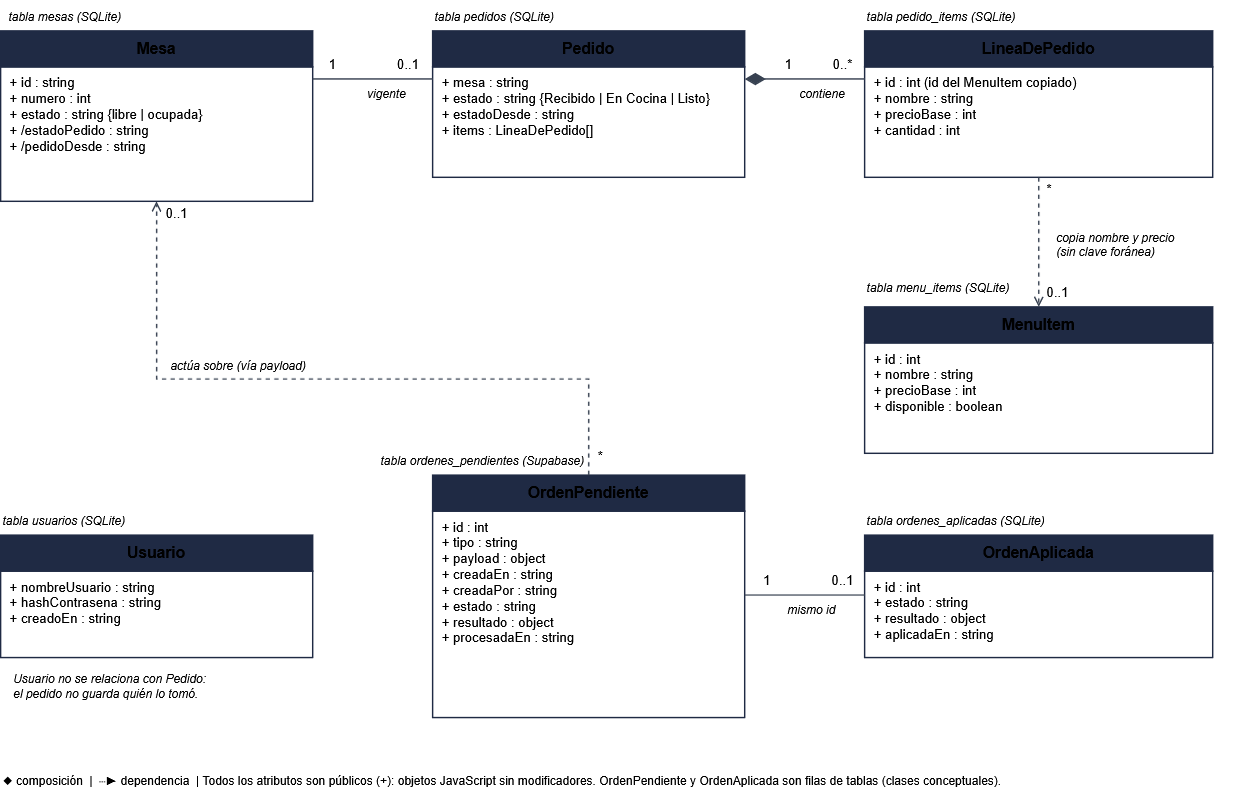
Before: docs/modelado/2-clases.png, a diagram exported from draw.io (Martin12332124/SCD_TP_F). Source tidied: cells renumbered, new cells last; positions are measured from the earlier drawing's top-left corner, leaving out a move shared by most shapes.
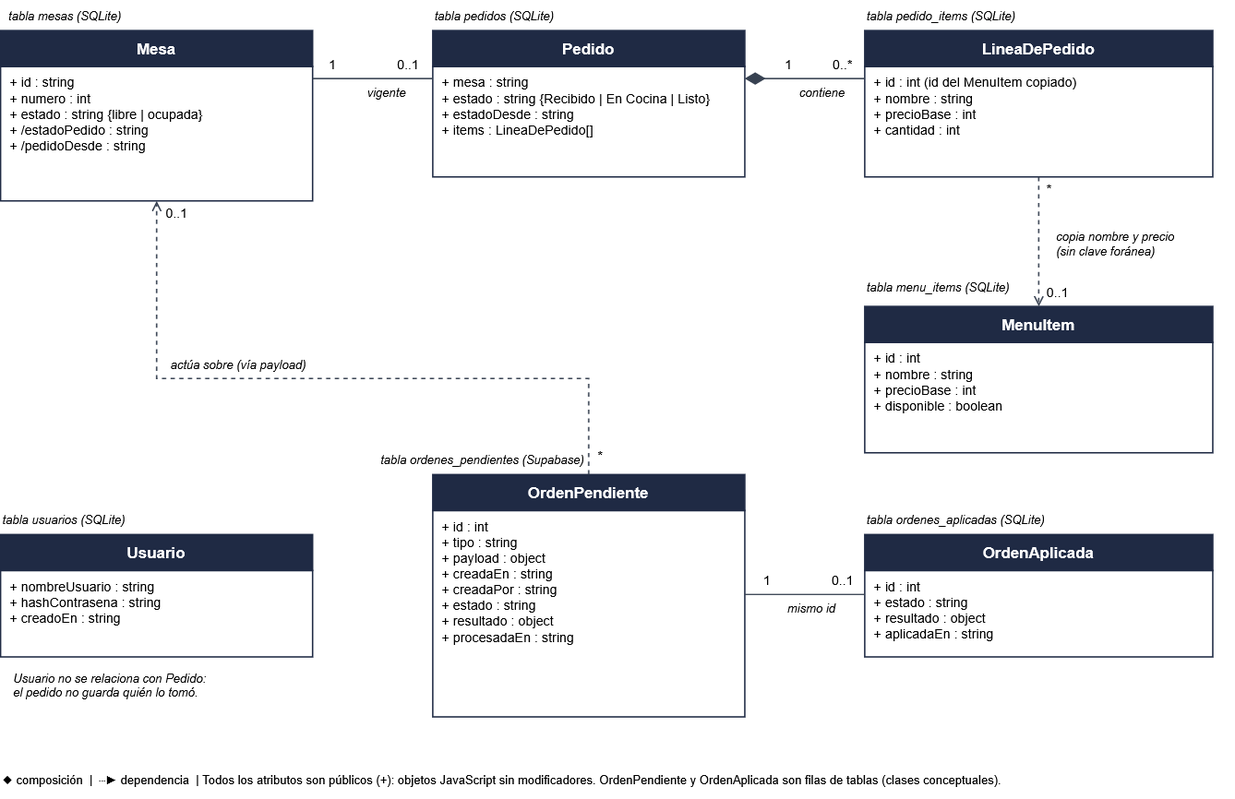
Later version of the same file.

Commit message:
docs: se editan los encabezados de clase

The edit, as a diff of the source:
```diff
@@ -2,25 +2,25 @@
   <root>
     <mxCell id="0" />
     <mxCell id="1" parent="0" />
-    <mxCell id="2" value="Mesa" style="fontSize=13;fontColor=default;fontStyle=1;fillColor=light-dark(#1F2A44,#000033);strokeColor=#1F2A44;strokeWidth=1.2;html=1;whiteSpace=wrap;align=center;verticalAlign=middle;spacingLeft=6;spacingRight=6;labelBackgroundColor=none;labelBorderColor=none;textShadow=0;" parent="1" vertex="1">
+    <mxCell id="2" value="Mesa" style="fontSize=13;fontColor=#FFFFFF;fontStyle=1;fillColor=light-dark(#1F2A44,#000033);strokeColor=#1F2A44;strokeWidth=1.2;html=1;whiteSpace=wrap;align=center;verticalAlign=middle;spacingLeft=6;spacingRight=6;labelBackgroundColor=none;labelBorderColor=none;textShadow=0;" parent="1" vertex="1">
       <mxGeometry y="26" width="260" height="30" as="geometry" />
     </mxCell>
     <mxCell id="3" value="+ id : string&lt;br&gt;+ numero : int&lt;br&gt;+ estado : string {libre | ocupada}&lt;br&gt;+ /estadoPedido : string&lt;br&gt;+ /pedidoDesde : string" style="fontSize=11;fontColor=default;fontStyle=0;fillColor=none;strokeColor=#1F2A44;strokeWidth=1.2;html=1;whiteSpace=wrap;align=left;verticalAlign=top;spacingLeft=6;spacingRight=6;labelBackgroundColor=none;labelBorderColor=none;textShadow=0;" parent="1" vertex="1">
       <mxGeometry y="56" width="260" height="112" as="geometry" />
     </mxCell>
-    <mxCell id="4" value="Pedido" style="fontSize=13;fontColor=default;fontStyle=1;fillColor=light-dark(#1F2A44,#000066);strokeColor=#1F2A44;strokeWidth=1.2;html=1;whiteSpace=wrap;align=center;verticalAlign=middle;spacingLeft=6;spacingRight=6;labelBackgroundColor=none;labelBorderColor=none;textShadow=0;" parent="1" vertex="1">
+    <mxCell id="4" value="Pedido" style="fontSize=13;fontColor=#FFFFFF;fontStyle=1;fillColor=light-dark(#1F2A44,#000066);strokeColor=#1F2A44;strokeWidth=1.2;html=1;whiteSpace=wrap;align=center;verticalAlign=middle;spacingLeft=6;spacingRight=6;labelBackgroundColor=none;labelBorderColor=none;textShadow=0;" parent="1" vertex="1">
       <mxGeometry x="360" y="26" width="260" height="30" as="geometry" />
     </mxCell>
     <mxCell id="5" value="+ mesa : string&lt;br&gt;+ estado : string {Recibido | En Cocina | Listo}&lt;br&gt;+ estadoDesde : string&lt;br&gt;+ items : LineaDePedido[]" style="fontSize=11;fontColor=default;fontStyle=0;fillColor=none;strokeColor=#1F2A44;strokeWidth=1.2;html=1;whiteSpace=wrap;align=left;verticalAlign=top;spacingLeft=6;spacingRight=6;labelBackgroundColor=none;labelBorderColor=none;textShadow=0;" parent="1" vertex="1">
       <mxGeometry x="360" y="56" width="260" height="92" as="geometry" />
     </mxCell>
-    <mxCell id="6" value="LineaDePedido" style="fontSize=13;fontColor=default;fontStyle=1;fillColor=light-dark(#1F2A44,#000066);strokeColor=#1F2A44;strokeWidth=1.2;html=1;whiteSpace=wrap;align=center;verticalAlign=middle;spacingLeft=6;spacingRight=6;labelBackgroundColor=none;labelBorderColor=none;textShadow=0;" parent="1" vertex="1">
+    <mxCell id="6" value="LineaDePedido" style="fontSize=13;fontColor=#FFFFFF;fontStyle=1;fillColor=light-dark(#1F2A44,#000066);strokeColor=#1F2A44;strokeWidth=1.2;html=1;whiteSpace=wrap;align=center;verticalAlign=middle;spacingLeft=6;spacingRight=6;labelBackgroundColor=none;labelBorderColor=none;textShadow=0;" parent="1" vertex="1">
       <mxGeometry x="720" y="26" width="290" height="30" as="geometry" />
     </mxCell>
     <mxCell id="7" value="+ id : int   (id del MenuItem copiado)&lt;br&gt;+ nombre : string&lt;br&gt;+ precioBase : int&lt;br&gt;+ cantidad : int" style="fontSize=11;fontColor=default;fontStyle=0;fillColor=none;strokeColor=#1F2A44;strokeWidth=1.2;html=1;whiteSpace=wrap;align=left;verticalAlign=top;spacingLeft=6;spacingRight=6;labelBackgroundColor=none;labelBorderColor=none;textShadow=0;" parent="1" vertex="1">
       <mxGeometry x="720" y="56" width="290" height="92" as="geometry" />
     </mxCell>
-    <mxCell id="8" value="MenuItem" style="fontSize=13;fontColor=default;fontStyle=1;fillColor=light-dark(#1F2A44,#000066);strokeColor=#1F2A44;strokeWidth=1.2;html=1;whiteSpace=wrap;align=center;verticalAlign=middle;spacingLeft=6;spacingRight=6;labelBackgroundColor=none;labelBorderColor=none;textShadow=0;" parent="1" vertex="1">
+    <mxCell id="8" value="MenuItem" style="fontSize=13;fontColor=#FFFFFF;fontStyle=1;fillColor=light-dark(#1F2A44,#000066);strokeColor=#1F2A44;strokeWidth=1.2;html=1;whiteSpace=wrap;align=center;verticalAlign=middle;spacingLeft=6;spacingRight=6;labelBackgroundColor=none;labelBorderColor=none;textShadow=0;" parent="1" vertex="1">
       <mxGeometry x="720" y="256" width="290" height="30" as="geometry" />
     </mxCell>
     <mxCell id="9" value="+ id : int&lt;br&gt;+ nombre : string&lt;br&gt;+ precioBase : int&lt;br&gt;+ disponible : boolean" style="fontSize=11;fontColor=default;fontStyle=0;fillColor=none;strokeColor=#1F2A44;strokeWidth=1.2;html=1;whiteSpace=wrap;align=left;verticalAlign=top;spacingLeft=6;spacingRight=6;labelBackgroundColor=none;labelBorderColor=none;textShadow=0;" parent="1" vertex="1">
@@ -29,7 +29,7 @@
     <mxCell id="10" value="tabla usuarios (SQLite)" style="text;html=1;whiteSpace=wrap;fontSize=10;fontColor=default;align=left;verticalAlign=middle;fontStyle=2;labelBackgroundColor=none;labelBorderColor=none;textShadow=0;" parent="1" vertex="1">
       <mxGeometry y="426" width="260" height="16" as="geometry" />
     </mxCell>
-    <mxCell id="11" value="Usuario" style="fontSize=13;fontColor=default;fontStyle=1;fillColor=light-dark(#1F2A44,#000066);strokeColor=#1F2A44;strokeWidth=1.2;html=1;whiteSpace=wrap;align=center;verticalAlign=middle;spacingLeft=6;spacingRight=6;labelBackgroundColor=none;labelBorderColor=none;textShadow=0;" parent="1" vertex="1">
+    <mxCell id="11" value="Usuario" style="fontSize=13;fontColor=#FFFFFF;fontStyle=1;fillColor=light-dark(#1F2A44,#000066);strokeColor=#1F2A44;strokeWidth=1.2;html=1;whiteSpace=wrap;align=center;verticalAlign=middle;spacingLeft=6;spacingRight=6;labelBackgroundColor=none;labelBorderColor=none;textShadow=0;" parent="1" vertex="1">
       <mxGeometry y="446" width="260" height="30" as="geometry" />
     </mxCell>
     <mxCell id="12" value="+ nombreUsuario : string&lt;br&gt;+ hashContrasena : string&lt;br&gt;+ creadoEn : string" style="fontSize=11;fontColor=default;fontStyle=0;fillColor=none;strokeColor=#1F2A44;strokeWidth=1.2;html=1;whiteSpace=wrap;align=left;verticalAlign=top;spacingLeft=6;spacingRight=6;labelBackgroundColor=none;labelBorderColor=none;textShadow=0;" parent="1" vertex="1">
@@ -38,7 +38,7 @@
     <mxCell id="13" value="tabla ordenes_pendientes (Supabase)" style="text;html=1;whiteSpace=wrap;fontSize=10;fontColor=default;align=left;verticalAlign=middle;fontStyle=2;labelBackgroundColor=none;labelBorderColor=none;textShadow=0;" parent="1" vertex="1">
       <mxGeometry x="315" y="376" width="260" height="16" as="geometry" />
     </mxCell>
-    <mxCell id="14" value="OrdenPendiente" style="fontSize=13;fontColor=default;fontStyle=1;fillColor=light-dark(#1F2A44,#000066);strokeColor=#1F2A44;strokeWidth=1.2;html=1;whiteSpace=wrap;align=center;verticalAlign=middle;spacingLeft=6;spacingRight=6;labelBackgroundColor=none;labelBorderColor=none;textShadow=0;" parent="1" vertex="1">
+    <mxCell id="14" value="OrdenPendiente" style="fontSize=13;fontColor=#FFFFFF;fontStyle=1;fillColor=light-dark(#1F2A44,#000066);strokeColor=#1F2A44;strokeWidth=1.2;html=1;whiteSpace=wrap;align=center;verticalAlign=middle;spacingLeft=6;spacingRight=6;labelBackgroundColor=none;labelBorderColor=none;textShadow=0;" parent="1" vertex="1">
       <mxGeometry x="360" y="396" width="260" height="30" as="geometry" />
     </mxCell>
     <mxCell id="15" value="+ id : int&lt;br&gt;+ tipo : string&lt;br&gt;+ payload : object&lt;br&gt;+ creadaEn : string&lt;br&gt;+ creadaPor : string&lt;br&gt;+ estado : string&lt;br&gt;+ resultado : object&lt;br&gt;+ procesadaEn : string" style="fontSize=11;fontColor=default;fontStyle=0;fillColor=none;strokeColor=#1F2A44;strokeWidth=1.2;html=1;whiteSpace=wrap;align=left;verticalAlign=top;spacingLeft=6;spacingRight=6;labelBackgroundColor=none;labelBorderColor=none;textShadow=0;" parent="1" vertex="1">
@@ -47,7 +47,7 @@
     <mxCell id="16" value="tabla ordenes_aplicadas (SQLite)" style="text;html=1;whiteSpace=wrap;fontSize=10;fontColor=default;align=left;verticalAlign=middle;fontStyle=2;labelBackgroundColor=none;labelBorderColor=none;textShadow=0;" parent="1" vertex="1">
       <mxGeometry x="720" y="426" width="290" height="16" as="geometry" />
     </mxCell>
-    <mxCell id="17" value="OrdenAplicada" style="fontSize=13;fontColor=default;fontStyle=1;fillColor=light-dark(#1F2A44,#000066);strokeColor=#1F2A44;strokeWidth=1.2;html=1;whiteSpace=wrap;align=center;verticalAlign=middle;spacingLeft=6;spacingRight=6;labelBackgroundColor=none;labelBorderColor=none;textShadow=0;" parent="1" vertex="1">
+    <mxCell id="17" value="OrdenAplicada" style="fontSize=13;fontColor=#FFFFFF;fontStyle=1;fillColor=light-dark(#1F2A44,#000066);strokeColor=#1F2A44;strokeWidth=1.2;html=1;whiteSpace=wrap;align=center;verticalAlign=middle;spacingLeft=6;spacingRight=6;labelBackgroundColor=none;labelBorderColor=none;textShadow=0;" parent="1" vertex="1">
       <mxGeometry x="720" y="446" width="290" height="30" as="geometry" />
     </mxCell>
     <mxCell id="18" value="+ id : int&lt;br&gt;+ estado : string&lt;br&gt;&lt;div&gt;+ resultado : object&lt;/div&gt;&lt;div&gt;+ aplicadaEn : string&lt;/div&gt;" style="fontSize=11;fontColor=default;fontStyle=0;fillColor=none;strokeColor=#1F2A44;strokeWidth=1.2;html=1;whiteSpace=wrap;align=left;verticalAlign=top;spacingLeft=6;spacingRight=6;labelBackgroundColor=none;labelBorderColor=none;textShadow=0;" parent="1" vertex="1">
```
